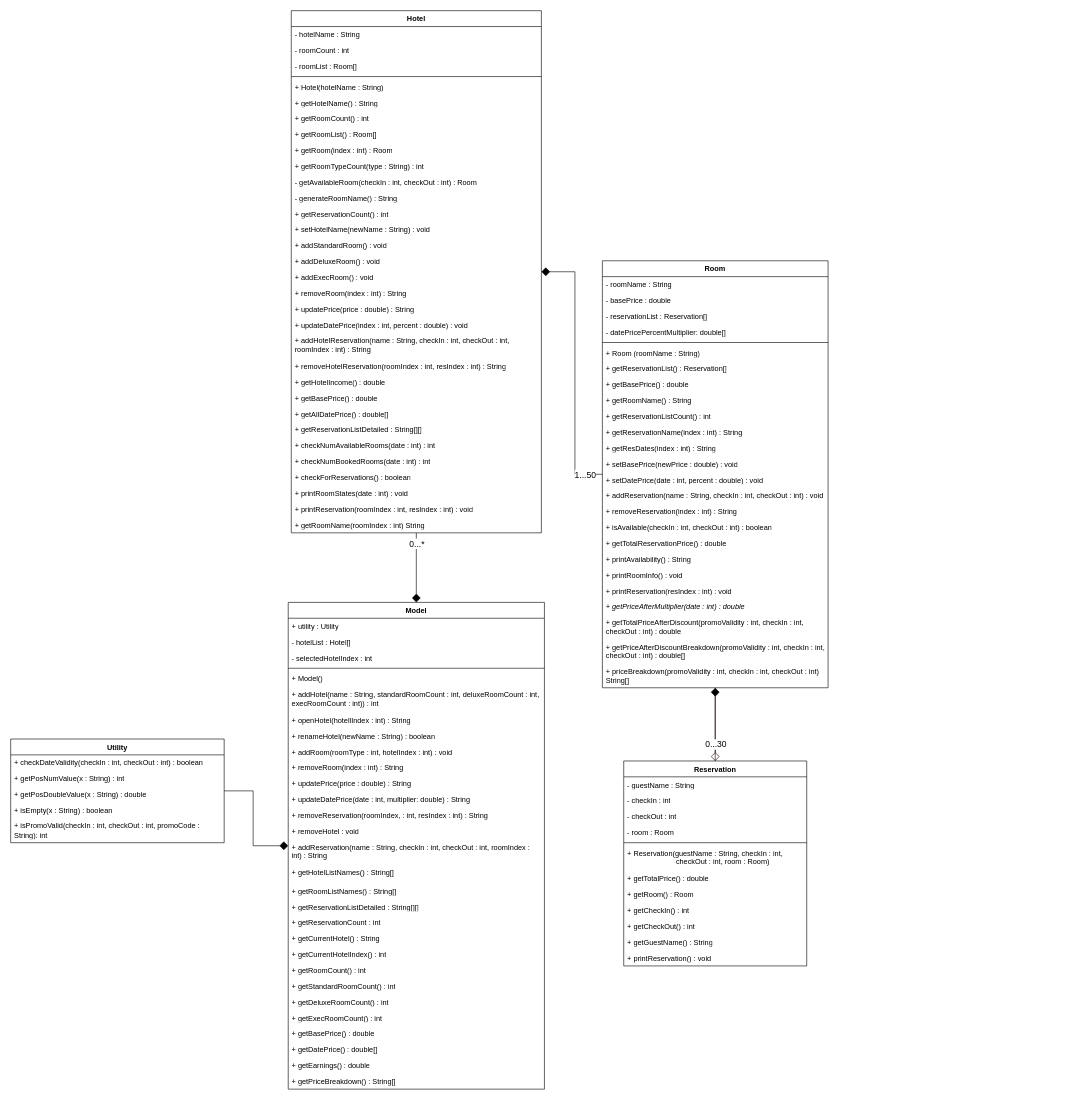
marieltmdg/HotelResSys2 keeps this draw.io diagram as HotelResSys2.drawio. Above is the earlier version. Source tidied: cells renumbered, new cells numbered last; positions are measured from the earlier drawing's top-left corner, leaving out a move shared by most shapes. Both pictures are drawn from the tidied source at 61%, with x=0, y=0 at pixel (10, 10).
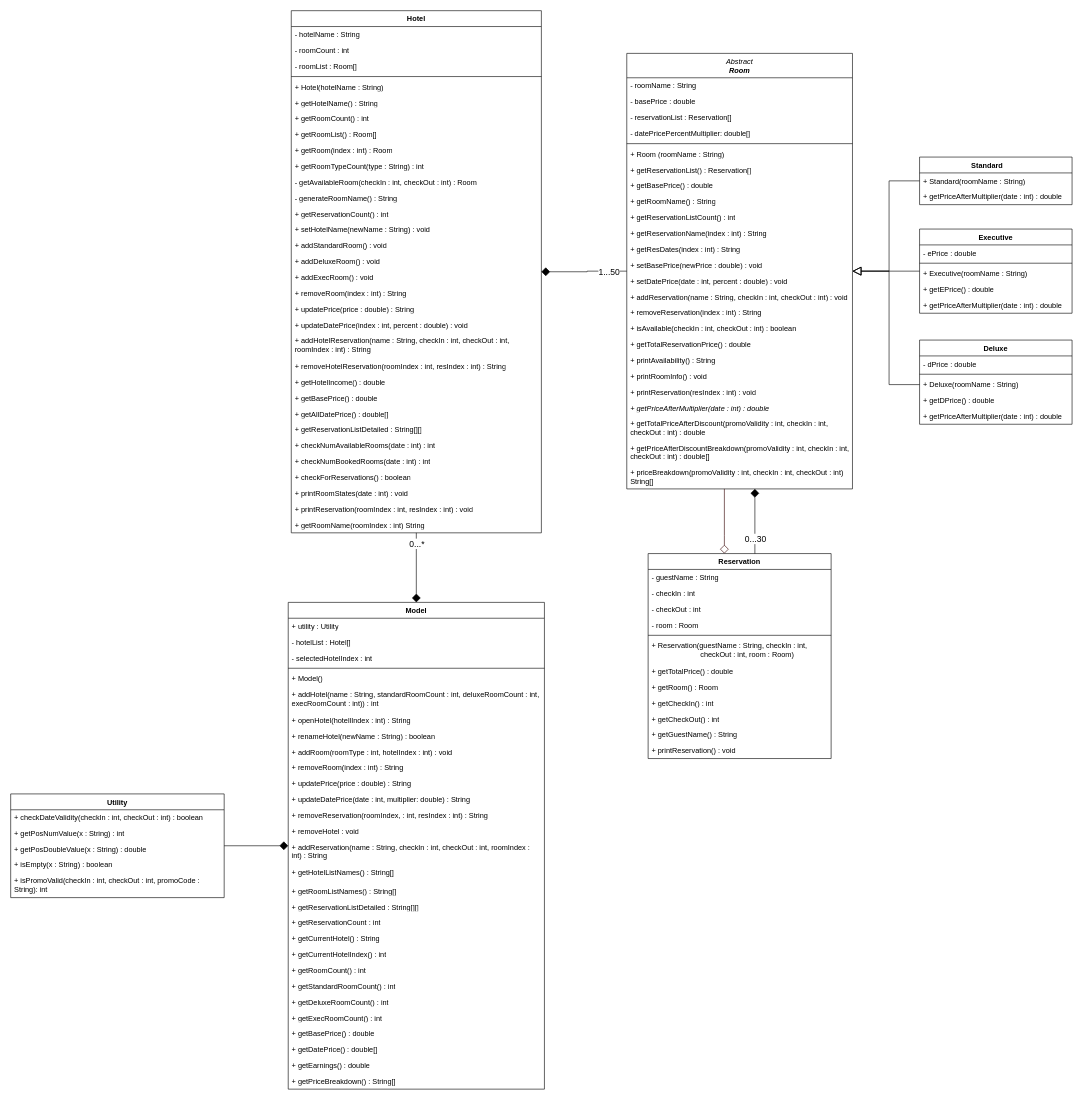
The same diagram, later.

Commit message (it also covers changes not shown here):
Javadoc done except model, class diagram done

Unchanged cells that the change refers to:
```xml
<mxCell id="116" style="edgeStyle=orthogonalEdgeStyle;rounded=0;jettySize=auto;html=1;endSize=12;endArrow=diamond;endFill=1;" parent="1" edge="1" source="35" target="2">
  <mxGeometry relative="1" as="geometry" />
</mxCell>
```

Diff of the diagram source:
```diff
@@
-    <mxCell id="35" value="Room" style="swimlane;fontStyle=1;align=center;verticalAlign=top;horizontal=1;startSize=26;whiteSpace=wrap;html=1;" parent="1" vertex="1">
-      <mxGeometry x="970" y="410" width="370" height="700" as="geometry" />
+    <mxCell id="35" value="&lt;i&gt;&lt;span style=&quot;font-weight: normal;&quot;&gt;Abstract&lt;/span&gt;&lt;br&gt;Room&lt;/i&gt;" style="swimlane;fontStyle=1;align=center;verticalAlign=top;horizontal=1;startSize=40;whiteSpace=wrap;html=1;" parent="1" vertex="1">
+      <mxGeometry x="1010" y="70" width="370" height="714" as="geometry" />
     </mxCell>
     <mxCell id="36" value="- roomName : String" style="text;strokeColor=none;fillColor=none;align=left;verticalAlign=top;spacingLeft=4;spacingRight=4;overflow=hidden;whiteSpace=wrap;html=1;" parent="35" vertex="1">
-      <mxGeometry y="26" width="370" height="26" as="geometry" />
+      <mxGeometry y="40" width="370" height="26" as="geometry" />
     </mxCell>
     <mxCell id="37" value="- basePrice : double" style="text;strokeColor=none;fillColor=none;align=left;verticalAlign=top;spacingLeft=4;spacingRight=4;overflow=hidden;whiteSpace=wrap;html=1;" parent="35" vertex="1">
-      <mxGeometry y="52" width="370" height="26" as="geometry" />
+      <mxGeometry y="66" width="370" height="26" as="geometry" />
     </mxCell>
     <mxCell id="38" value="- reservationList : Reservation[]" style="text;strokeColor=none;fillColor=none;align=left;verticalAlign=top;spacingLeft=4;spacingRight=4;overflow=hidden;whiteSpace=wrap;html=1;" parent="35" vertex="1">
-      <mxGeometry y="78" width="370" height="26" as="geometry" />
+      <mxGeometry y="92" width="370" height="26" as="geometry" />
     </mxCell>
     <mxCell id="39" value="- datePricePercentMultiplier: double[]" style="text;strokeColor=none;fillColor=none;align=left;verticalAlign=top;spacingLeft=4;spacingRight=4;overflow=hidden;whiteSpace=wrap;html=1;" parent="35" vertex="1">
-      <mxGeometry y="104" width="370" height="26" as="geometry" />
+      <mxGeometry y="118" width="370" height="26" as="geometry" />
     </mxCell>
     <mxCell id="40" style="line;strokeWidth=1;fillColor=none;align=left;verticalAlign=middle;spacingTop=-1;spacingLeft=3;spacingRight=3;labelPosition=right;strokeColor=inherit;" parent="35" vertex="1">
-      <mxGeometry y="130" width="370" height="8" as="geometry" />
+      <mxGeometry y="144" width="370" height="8" as="geometry" />
     </mxCell>
     <mxCell id="41" value="+ Room (roomName : String)" style="text;strokeColor=none;fillColor=none;align=left;verticalAlign=top;spacingLeft=4;spacingRight=4;overflow=hidden;whiteSpace=wrap;html=1;" parent="35" vertex="1">
-      <mxGeometry y="138" width="370" height="26" as="geometry" />
+      <mxGeometry y="152" width="370" height="26" as="geometry" />
     </mxCell>
     <mxCell id="42" value="+ getReservationList() : Reservation[]" style="text;strokeColor=none;fillColor=none;align=left;verticalAlign=top;spacingLeft=4;spacingRight=4;overflow=hidden;whiteSpace=wrap;html=1;" parent="35" vertex="1">
-      <mxGeometry y="164" width="370" height="26" as="geometry" />
+      <mxGeometry y="178" width="370" height="26" as="geometry" />
     </mxCell>
     <mxCell id="43" value="+ getBasePrice() : double" style="text;strokeColor=none;fillColor=none;align=left;verticalAlign=top;spacingLeft=4;spacingRight=4;overflow=hidden;whiteSpace=wrap;html=1;" parent="35" vertex="1">
-      <mxGeometry y="190" width="370" height="26" as="geometry" />
+      <mxGeometry y="204" width="370" height="26" as="geometry" />
     </mxCell>
     <mxCell id="44" value="+ getRoomName() : String" style="text;strokeColor=none;fillColor=none;align=left;verticalAlign=top;spacingLeft=4;spacingRight=4;overflow=hidden;whiteSpace=wrap;html=1;" parent="35" vertex="1">
-      <mxGeometry y="216" width="370" height="26" as="geometry" />
+      <mxGeometry y="230" width="370" height="26" as="geometry" />
     </mxCell>
     <mxCell id="45" value="+ getReservationListCount() : int" style="text;strokeColor=none;fillColor=none;align=left;verticalAlign=top;spacingLeft=4;spacingRight=4;overflow=hidden;whiteSpace=wrap;html=1;" parent="35" vertex="1">
-      <mxGeometry y="242" width="370" height="26" as="geometry" />
+      <mxGeometry y="256" width="370" height="26" as="geometry" />
     </mxCell>
     <mxCell id="46" value="+ getReservationName(index : int) : String" style="text;strokeColor=none;fillColor=none;align=left;verticalAlign=top;spacingLeft=4;spacingRight=4;overflow=hidden;whiteSpace=wrap;html=1;" parent="35" vertex="1">
-      <mxGeometry y="268" width="370" height="26" as="geometry" />
+      <mxGeometry y="282" width="370" height="26" as="geometry" />
     </mxCell>
     <mxCell id="47" value="+ getResDates(index : int) : String" style="text;strokeColor=none;fillColor=none;align=left;verticalAlign=top;spacingLeft=4;spacingRight=4;overflow=hidden;whiteSpace=wrap;html=1;" parent="35" vertex="1">
-      <mxGeometry y="294" width="370" height="26" as="geometry" />
+      <mxGeometry y="308" width="370" height="26" as="geometry" />
     </mxCell>
     <mxCell id="48" value="+ setBasePrice(newPrice : double) : void" style="text;strokeColor=none;fillColor=none;align=left;verticalAlign=top;spacingLeft=4;spacingRight=4;overflow=hidden;whiteSpace=wrap;html=1;" parent="35" vertex="1">
-      <mxGeometry y="320" width="370" height="26" as="geometry" />
+      <mxGeometry y="334" width="370" height="26" as="geometry" />
     </mxCell>
     <mxCell id="49" value="+ setDatePrice(date : int, percent : double) : void" style="text;strokeColor=none;fillColor=none;align=left;verticalAlign=top;spacingLeft=4;spacingRight=4;overflow=hidden;whiteSpace=wrap;html=1;" parent="35" vertex="1">
-      <mxGeometry y="346" width="370" height="26" as="geometry" />
+      <mxGeometry y="360" width="370" height="26" as="geometry" />
     </mxCell>
     <mxCell id="50" value="+ addReservation(name : String, checkIn : int, checkOut : int) : void" style="text;strokeColor=none;fillColor=none;align=left;verticalAlign=top;spacingLeft=4;spacingRight=4;overflow=hidden;whiteSpace=wrap;html=1;" parent="35" vertex="1">
-      <mxGeometry y="372" width="370" height="26" as="geometry" />
+      <mxGeometry y="386" width="370" height="26" as="geometry" />
     </mxCell>
     <mxCell id="51" value="+ removeReservation(index : int) : String" style="text;strokeColor=none;fillColor=none;align=left;verticalAlign=top;spacingLeft=4;spacingRight=4;overflow=hidden;whiteSpace=wrap;html=1;" parent="35" vertex="1">
-      <mxGeometry y="398" width="370" height="26" as="geometry" />
+      <mxGeometry y="412" width="370" height="26" as="geometry" />
     </mxCell>
     <mxCell id="52" value="+ isAvailable(checkIn : int, checkOut : int) : boolean" style="text;strokeColor=none;fillColor=none;align=left;verticalAlign=top;spacingLeft=4;spacingRight=4;overflow=hidden;whiteSpace=wrap;html=1;" parent="35" vertex="1">
-      <mxGeometry y="424" width="370" height="26" as="geometry" />
+      <mxGeometry y="438" width="370" height="26" as="geometry" />
     </mxCell>
     <mxCell id="53" value="+ getTotalReservationPrice() : double" style="text;strokeColor=none;fillColor=none;align=left;verticalAlign=top;spacingLeft=4;spacingRight=4;overflow=hidden;whiteSpace=wrap;html=1;" parent="35" vertex="1">
-      <mxGeometry y="450" width="370" height="26" as="geometry" />
+      <mxGeometry y="464" width="370" height="26" as="geometry" />
     </mxCell>
     <mxCell id="54" value="+ printAvailability() : String" style="text;strokeColor=none;fillColor=none;align=left;verticalAlign=top;spacingLeft=4;spacingRight=4;overflow=hidden;whiteSpace=wrap;html=1;" parent="35" vertex="1">
-      <mxGeometry y="476" width="370" height="26" as="geometry" />
+      <mxGeometry y="490" width="370" height="26" as="geometry" />
     </mxCell>
     <mxCell id="55" value="+ printRoomInfo() : void" style="text;strokeColor=none;fillColor=none;align=left;verticalAlign=top;spacingLeft=4;spacingRight=4;overflow=hidden;whiteSpace=wrap;html=1;" parent="35" vertex="1">
-      <mxGeometry y="502" width="370" height="26" as="geometry" />
+      <mxGeometry y="516" width="370" height="26" as="geometry" />
     </mxCell>
     <mxCell id="56" value="+ printReservation(resIndex : int) : void" style="text;strokeColor=none;fillColor=none;align=left;verticalAlign=top;spacingLeft=4;spacingRight=4;overflow=hidden;whiteSpace=wrap;html=1;" parent="35" vertex="1">
-      <mxGeometry y="528" width="370" height="26" as="geometry" />
+      <mxGeometry y="542" width="370" height="26" as="geometry" />
     </mxCell>
     <mxCell id="57" value="+ getPriceAfterMultiplier(date : int) : double" style="text;strokeColor=none;fillColor=none;align=left;verticalAlign=top;spacingLeft=4;spacingRight=4;overflow=hidden;whiteSpace=wrap;html=1;fontStyle=2;" parent="35" vertex="1">
-      <mxGeometry y="554" width="370" height="26" as="geometry" />
+      <mxGeometry y="568" width="370" height="26" as="geometry" />
     </mxCell>
     <mxCell id="58" value="+ getTotalPriceAfterDiscount(promoValidity : int, checkIn : int, checkOut : int) : double" style="text;strokeColor=none;fillColor=none;align=left;verticalAlign=top;spacingLeft=4;spacingRight=4;overflow=hidden;whiteSpace=wrap;html=1;" parent="35" vertex="1">
-      <mxGeometry y="580" width="370" height="40" as="geometry" />
+      <mxGeometry y="594" width="370" height="40" as="geometry" />
     </mxCell>
     <mxCell id="59" value="+ getPriceAfterDiscountBreakdown(promoValidity : int, checkIn : int, checkOut : int) : double[]" style="text;strokeColor=none;fillColor=none;align=left;verticalAlign=top;spacingLeft=4;spacingRight=4;overflow=hidden;whiteSpace=wrap;html=1;" parent="35" vertex="1">
-      <mxGeometry y="620" width="370" height="40" as="geometry" />
+      <mxGeometry y="634" width="370" height="40" as="geometry" />
     </mxCell>
     <mxCell id="60" value="+ priceBreakdown(promoValidity : int, checkIn : int, checkOut : int) String[]" style="text;strokeColor=none;fillColor=none;align=left;verticalAlign=top;spacingLeft=4;spacingRight=4;overflow=hidden;whiteSpace=wrap;html=1;" parent="35" vertex="1">
-      <mxGeometry y="660" width="370" height="40" as="geometry" />
+      <mxGeometry y="674" width="370" height="40" as="geometry" />
     </mxCell>
     <mxCell id="61" value="Reservation" style="swimlane;fontStyle=1;align=center;verticalAlign=top;horizontal=1;startSize=26;whiteSpace=wrap;html=1;" parent="1" vertex="1">
-      <mxGeometry x="1005" y="1230" width="300" height="336" as="geometry" />
+      <mxGeometry x="1045" y="890" width="300" height="336" as="geometry" />
     </mxCell>
@@
     <mxCell id="74" value="&lt;b&gt;Utility&lt;/b&gt;" style="swimlane;fontStyle=0;align=center;verticalAlign=top;horizontal=1;startSize=26;html=1;whiteSpace=wrap;" parent="1" vertex="1">
-      <mxGeometry y="1194" width="350" height="170" as="geometry" />
+      <mxGeometry y="1284" width="350" height="170" as="geometry" />
     </mxCell>
@@
     <mxCell id="113" style="edgeStyle=orthogonalEdgeStyle;rounded=0;jettySize=auto;html=1;endSize=12;endArrow=diamond;endFill=0;fillColor=#f8cecc;strokeColor=#330000;" parent="1" edge="1" source="35" target="61">
-      <mxGeometry relative="1" as="geometry" />
+      <mxGeometry relative="1" as="geometry">
+        <Array as="points">
+          <mxPoint x="1170" y="860" />
+          <mxPoint x="1170" y="860" />
+        </Array>
+      </mxGeometry>
     </mxCell>
     <mxCell id="114" style="edgeStyle=orthogonalEdgeStyle;rounded=0;jettySize=auto;html=1;endSize=12;endArrow=diamond;endFill=1;" parent="1" edge="1" source="61" target="35">
-      <mxGeometry relative="1" as="geometry" />
+      <mxGeometry relative="1" as="geometry">
+        <Array as="points">
+          <mxPoint x="1220" y="800" />
+          <mxPoint x="1220" y="800" />
+        </Array>
+      </mxGeometry>
     </mxCell>
@@
     <mxCell id="117" value="1...50" style="edgeLabel;html=1;align=center;verticalAlign=middle;fontSize=14;" parent="116" vertex="1">
       <mxGeometry x="-0.82" y="2" relative="1" as="geometry">
-        <mxPoint x="10" y="-2" as="offset" />
+        <mxPoint x="-17" y="-2" as="offset" />
       </mxGeometry>
     </mxCell>
+    <mxCell id="118" style="edgeStyle=orthogonalEdgeStyle;rounded=0;jettySize=auto;html=1;endArrow=block;endFill=0;endSize=12;" parent="1" edge="1" source="119" target="35">
+      <mxGeometry relative="1" as="geometry" />
+    </mxCell>
+    <mxCell id="119" value="Standard&lt;span style=&quot;white-space: pre;&quot;&gt;&#9;&lt;/span&gt;" style="swimlane;fontStyle=1;align=center;verticalAlign=top;horizontal=1;startSize=26;whiteSpace=wrap;html=1;" parent="1" vertex="1">
+      <mxGeometry x="1490" y="240" width="250" height="78" as="geometry" />
+    </mxCell>
+    <mxCell id="120" value="+ Standard(roomName : String)" style="text;strokeColor=none;fillColor=none;align=left;verticalAlign=top;spacingLeft=4;spacingRight=4;overflow=hidden;whiteSpace=wrap;html=1;" parent="119" vertex="1">
+      <mxGeometry y="26" width="250" height="26" as="geometry" />
+    </mxCell>
+    <mxCell id="121" value="+ getPriceAfterMultiplier(date : int) : double" style="text;strokeColor=none;fillColor=none;align=left;verticalAlign=top;spacingLeft=4;spacingRight=4;overflow=hidden;whiteSpace=wrap;html=1;" parent="119" vertex="1">
+      <mxGeometry y="52" width="250" height="26" as="geometry" />
+    </mxCell>
+    <mxCell id="122" style="edgeStyle=orthogonalEdgeStyle;rounded=0;jettySize=auto;html=1;endArrow=block;endFill=0;endSize=12;" parent="1" edge="1" source="123" target="35">
+      <mxGeometry relative="1" as="geometry" />
+    </mxCell>
+    <mxCell id="123" value="Executive" style="swimlane;fontStyle=1;align=center;verticalAlign=top;horizontal=1;startSize=26;whiteSpace=wrap;html=1;" parent="1" vertex="1">
+      <mxGeometry x="1490" y="358" width="250" height="138" as="geometry" />
+    </mxCell>
+    <mxCell id="124" value="- ePrice : double" style="text;strokeColor=none;fillColor=none;align=left;verticalAlign=top;spacingLeft=4;spacingRight=4;overflow=hidden;whiteSpace=wrap;html=1;" parent="123" vertex="1">
+      <mxGeometry y="26" width="250" height="26" as="geometry" />
+    </mxCell>
+    <mxCell id="125" style="line;strokeWidth=1;fillColor=none;align=left;verticalAlign=middle;spacingTop=-1;spacingLeft=3;spacingRight=3;labelPosition=right;strokeColor=inherit;" parent="123" vertex="1">
+      <mxGeometry y="52" width="250" height="8" as="geometry" />
+    </mxCell>
+    <mxCell id="126" value="+ Executive(roomName : String)" style="text;strokeColor=none;fillColor=none;align=left;verticalAlign=top;spacingLeft=4;spacingRight=4;overflow=hidden;whiteSpace=wrap;html=1;" parent="123" vertex="1">
+      <mxGeometry y="60" width="250" height="26" as="geometry" />
+    </mxCell>
+    <mxCell id="127" value="+ getEPrice() : double" style="text;strokeColor=none;fillColor=none;align=left;verticalAlign=top;spacingLeft=4;spacingRight=4;overflow=hidden;whiteSpace=wrap;html=1;" parent="123" vertex="1">
+      <mxGeometry y="86" width="250" height="26" as="geometry" />
+    </mxCell>
+    <mxCell id="128" value="+ getPriceAfterMultiplier(date : int) : double" style="text;strokeColor=none;fillColor=none;align=left;verticalAlign=top;spacingLeft=4;spacingRight=4;overflow=hidden;whiteSpace=wrap;html=1;" parent="123" vertex="1">
+      <mxGeometry y="112" width="250" height="26" as="geometry" />
+    </mxCell>
+    <mxCell id="129" value="Deluxe" style="swimlane;fontStyle=1;align=center;verticalAlign=top;horizontal=1;startSize=26;whiteSpace=wrap;html=1;" parent="1" vertex="1">
+      <mxGeometry x="1490" y="540" width="250" height="138" as="geometry" />
+    </mxCell>
+    <mxCell id="130" value="- dPrice : double" style="text;strokeColor=none;fillColor=none;align=left;verticalAlign=top;spacingLeft=4;spacingRight=4;overflow=hidden;whiteSpace=wrap;html=1;" parent="129" vertex="1">
+      <mxGeometry y="26" width="250" height="26" as="geometry" />
+    </mxCell>
+    <mxCell id="131" style="line;strokeWidth=1;fillColor=none;align=left;verticalAlign=middle;spacingTop=-1;spacingLeft=3;spacingRight=3;labelPosition=right;strokeColor=inherit;" parent="129" vertex="1">
+      <mxGeometry y="52" width="250" height="8" as="geometry" />
+    </mxCell>
+    <mxCell id="132" value="+ Deluxe(roomName : String)" style="text;strokeColor=none;fillColor=none;align=left;verticalAlign=top;spacingLeft=4;spacingRight=4;overflow=hidden;points=[[0,0.5],[1,0.5]];portConstraint=eastwest;whiteSpace=wrap;html=1;" parent="129" vertex="1">
+      <mxGeometry y="60" width="250" height="26" as="geometry" />
+    </mxCell>
+    <mxCell id="133" value="+ getDPrice() : double" style="text;strokeColor=none;fillColor=none;align=left;verticalAlign=top;spacingLeft=4;spacingRight=4;overflow=hidden;whiteSpace=wrap;html=1;" parent="129" vertex="1">
+      <mxGeometry y="86" width="250" height="26" as="geometry" />
+    </mxCell>
+    <mxCell id="134" value="+ getPriceAfterMultiplier(date : int) : double" style="text;strokeColor=none;fillColor=none;align=left;verticalAlign=top;spacingLeft=4;spacingRight=4;overflow=hidden;whiteSpace=wrap;html=1;" parent="129" vertex="1">
+      <mxGeometry y="112" width="250" height="26" as="geometry" />
+    </mxCell>
+    <mxCell id="135" style="edgeStyle=orthogonalEdgeStyle;rounded=0;jettySize=auto;html=1;endArrow=block;endFill=0;endSize=12;" parent="1" edge="1" source="132" target="35">
+      <mxGeometry relative="1" as="geometry" />
+    </mxCell>
```
